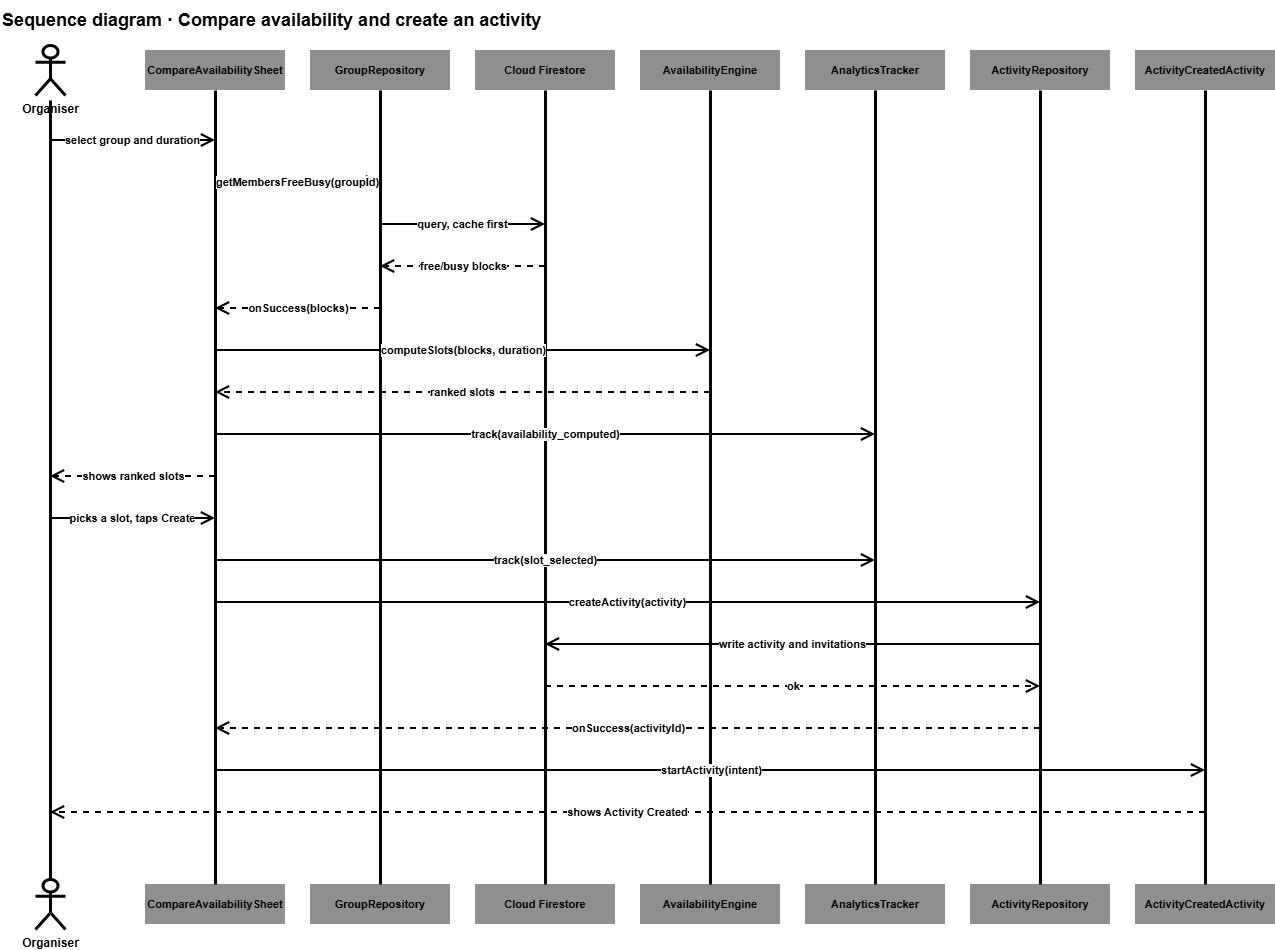
Earlier version of the draw.io export img/Sequence.png (CONSTR-APLICACIONES-MOVILES/Sprint-2-Java). Source tidied: cells renumbered, new cells last; positions are measured from the earlier drawing's top-left corner, leaving out a move shared by most shapes.
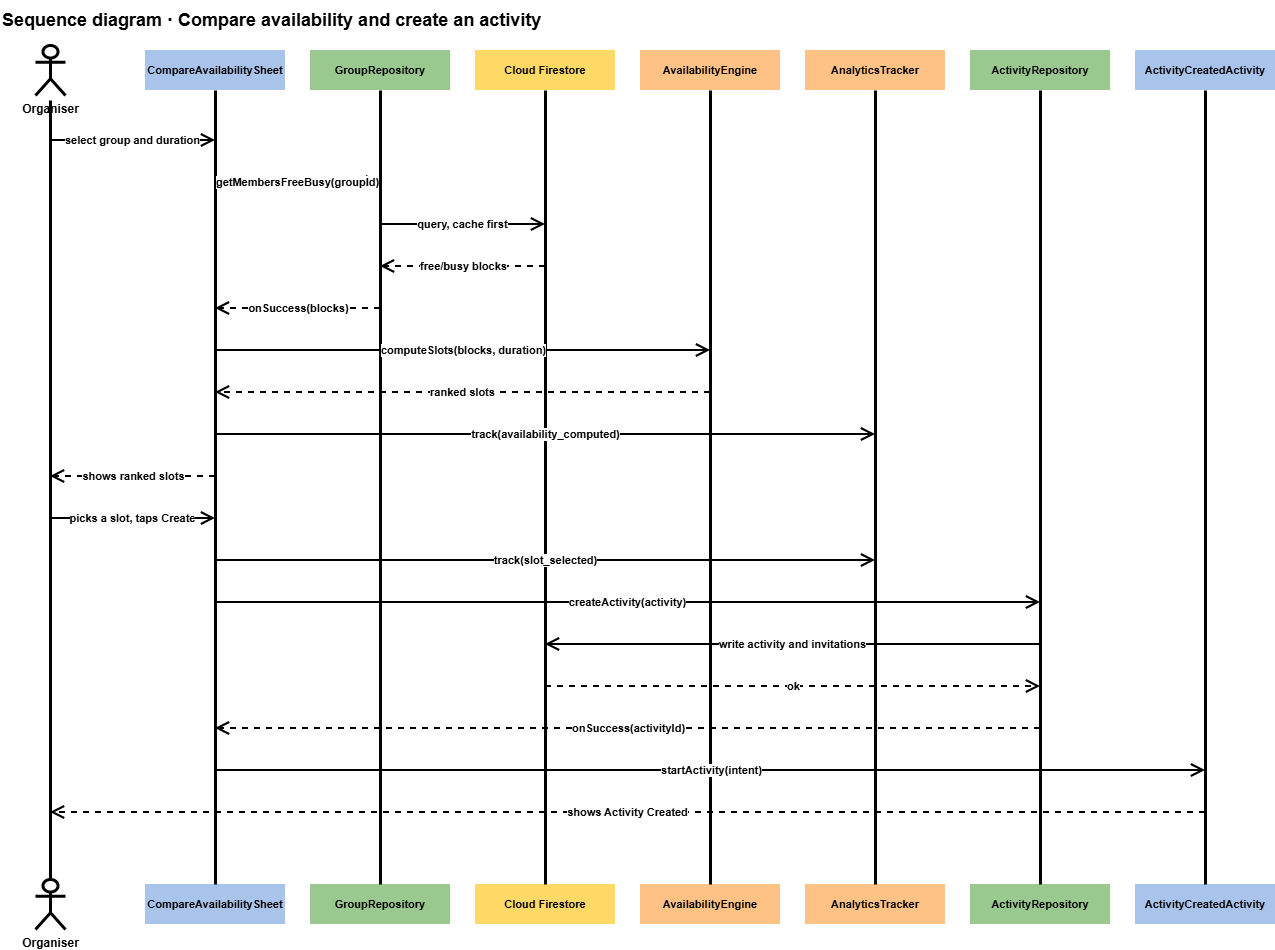
After the commit.

What changed in the source:
```diff
@@ -17,10 +17,10 @@
         <mxPoint x="50" y="879" as="targetPoint" />
       </mxGeometry>
     </mxCell>
-    <mxCell id="6" value="CompareAvailabilitySheet" style="rounded=0;whiteSpace=wrap;html=1;fillColor=#8F8F8F;strokeColor=none;fontStyle=1;fontSize=11;" parent="1" vertex="1">
+    <mxCell id="6" value="CompareAvailabilitySheet" style="rounded=0;whiteSpace=wrap;html=1;fillColor=#A9C4EB;strokeColor=none;fontStyle=1;fontSize=11;" parent="1" vertex="1">
       <mxGeometry x="145" y="50" width="140" height="40" as="geometry" />
     </mxCell>
-    <mxCell id="7" value="CompareAvailabilitySheet" style="rounded=0;whiteSpace=wrap;html=1;fillColor=#8F8F8F;strokeColor=none;fontStyle=1;fontSize=11;" parent="1" vertex="1">
+    <mxCell id="7" value="CompareAvailabilitySheet" style="rounded=0;whiteSpace=wrap;html=1;fillColor=#A9C4EB;strokeColor=none;fontStyle=1;fontSize=11;" parent="1" vertex="1">
       <mxGeometry x="145" y="884" width="140" height="40" as="geometry" />
     </mxCell>
     <mxCell id="8" style="html=1;endArrow=none;strokeWidth=3;strokeColor=#000000;" parent="1" edge="1">
@@ -29,10 +29,10 @@
         <mxPoint x="215" y="884" as="targetPoint" />
       </mxGeometry>
     </mxCell>
-    <mxCell id="9" value="GroupRepository" style="rounded=0;whiteSpace=wrap;html=1;fillColor=#8F8F8F;strokeColor=none;fontStyle=1;fontSize=11;" parent="1" vertex="1">
+    <mxCell id="9" value="GroupRepository" style="rounded=0;whiteSpace=wrap;html=1;fillColor=#9AC98F;strokeColor=none;fontStyle=1;fontSize=11;" parent="1" vertex="1">
       <mxGeometry x="310" y="50" width="140" height="40" as="geometry" />
     </mxCell>
-    <mxCell id="10" value="GroupRepository" style="rounded=0;whiteSpace=wrap;html=1;fillColor=#8F8F8F;strokeColor=none;fontStyle=1;fontSize=11;" parent="1" vertex="1">
+    <mxCell id="10" value="GroupRepository" style="rounded=0;whiteSpace=wrap;html=1;fillColor=#9AC98F;strokeColor=none;fontStyle=1;fontSize=11;" parent="1" vertex="1">
       <mxGeometry x="310" y="884" width="140" height="40" as="geometry" />
     </mxCell>
     <mxCell id="11" style="html=1;endArrow=none;strokeWidth=3;strokeColor=#000000;" parent="1" edge="1">
@@ -41,10 +41,10 @@
         <mxPoint x="380" y="884" as="targetPoint" />
       </mxGeometry>
     </mxCell>
-    <mxCell id="12" value="Cloud Firestore" style="rounded=0;whiteSpace=wrap;html=1;fillColor=#8F8F8F;strokeColor=none;fontStyle=1;fontSize=11;" parent="1" vertex="1">
+    <mxCell id="12" value="Cloud Firestore" style="rounded=0;whiteSpace=wrap;html=1;fillColor=#FFD966;strokeColor=none;fontStyle=1;fontSize=11;" parent="1" vertex="1">
       <mxGeometry x="475" y="50" width="140" height="40" as="geometry" />
     </mxCell>
-    <mxCell id="13" value="Cloud Firestore" style="rounded=0;whiteSpace=wrap;html=1;fillColor=#8F8F8F;strokeColor=none;fontStyle=1;fontSize=11;" parent="1" vertex="1">
+    <mxCell id="13" value="Cloud Firestore" style="rounded=0;whiteSpace=wrap;html=1;fillColor=#FFD966;strokeColor=none;fontStyle=1;fontSize=11;" parent="1" vertex="1">
       <mxGeometry x="475" y="884" width="140" height="40" as="geometry" />
     </mxCell>
     <mxCell id="14" style="html=1;endArrow=none;strokeWidth=3;strokeColor=#000000;" parent="1" edge="1">
@@ -53,10 +53,10 @@
         <mxPoint x="545" y="884" as="targetPoint" />
       </mxGeometry>
     </mxCell>
-    <mxCell id="15" value="AvailabilityEngine" style="rounded=0;whiteSpace=wrap;html=1;fillColor=#8F8F8F;strokeColor=none;fontStyle=1;fontSize=11;" parent="1" vertex="1">
+    <mxCell id="15" value="AvailabilityEngine" style="rounded=0;whiteSpace=wrap;html=1;fillColor=#FFC285;strokeColor=none;fontStyle=1;fontSize=11;" parent="1" vertex="1">
       <mxGeometry x="640" y="50" width="140" height="40" as="geometry" />
     </mxCell>
-    <mxCell id="16" value="AvailabilityEngine" style="rounded=0;whiteSpace=wrap;html=1;fillColor=#8F8F8F;strokeColor=none;fontStyle=1;fontSize=11;" parent="1" vertex="1">
+    <mxCell id="16" value="AvailabilityEngine" style="rounded=0;whiteSpace=wrap;html=1;fillColor=#FFC285;strokeColor=none;fontStyle=1;fontSize=11;" parent="1" vertex="1">
       <mxGeometry x="640" y="884" width="140" height="40" as="geometry" />
     </mxCell>
     <mxCell id="17" style="html=1;endArrow=none;strokeWidth=3;strokeColor=#000000;" parent="1" edge="1">
@@ -65,10 +65,10 @@
         <mxPoint x="710" y="884" as="targetPoint" />
       </mxGeometry>
     </mxCell>
-    <mxCell id="18" value="AnalyticsTracker" style="rounded=0;whiteSpace=wrap;html=1;fillColor=#8F8F8F;strokeColor=none;fontStyle=1;fontSize=11;" parent="1" vertex="1">
+    <mxCell id="18" value="AnalyticsTracker" style="rounded=0;whiteSpace=wrap;html=1;fillColor=#FFC285;strokeColor=none;fontStyle=1;fontSize=11;" parent="1" vertex="1">
       <mxGeometry x="805" y="50" width="140" height="40" as="geometry" />
     </mxCell>
-    <mxCell id="19" value="AnalyticsTracker" style="rounded=0;whiteSpace=wrap;html=1;fillColor=#8F8F8F;strokeColor=none;fontStyle=1;fontSize=11;" parent="1" vertex="1">
+    <mxCell id="19" value="AnalyticsTracker" style="rounded=0;whiteSpace=wrap;html=1;fillColor=#FFC285;strokeColor=none;fontStyle=1;fontSize=11;" parent="1" vertex="1">
       <mxGeometry x="805" y="884" width="140" height="40" as="geometry" />
     </mxCell>
     <mxCell id="20" style="html=1;endArrow=none;strokeWidth=3;strokeColor=#000000;" parent="1" edge="1">
@@ -77,10 +77,10 @@
         <mxPoint x="875" y="884" as="targetPoint" />
       </mxGeometry>
     </mxCell>
-    <mxCell id="21" value="ActivityRepository" style="rounded=0;whiteSpace=wrap;html=1;fillColor=#8F8F8F;strokeColor=none;fontStyle=1;fontSize=11;" parent="1" vertex="1">
+    <mxCell id="21" value="ActivityRepository" style="rounded=0;whiteSpace=wrap;html=1;fillColor=#9AC98F;strokeColor=none;fontStyle=1;fontSize=11;" parent="1" vertex="1">
       <mxGeometry x="970" y="50" width="140" height="40" as="geometry" />
     </mxCell>
-    <mxCell id="22" value="ActivityRepository" style="rounded=0;whiteSpace=wrap;html=1;fillColor=#8F8F8F;strokeColor=none;fontStyle=1;fontSize=11;" parent="1" vertex="1">
+    <mxCell id="22" value="ActivityRepository" style="rounded=0;whiteSpace=wrap;html=1;fillColor=#9AC98F;strokeColor=none;fontStyle=1;fontSize=11;" parent="1" vertex="1">
       <mxGeometry x="970" y="884" width="140" height="40" as="geometry" />
     </mxCell>
     <mxCell id="23" style="html=1;endArrow=none;strokeWidth=3;strokeColor=#000000;" parent="1" edge="1">
@@ -89,10 +89,10 @@
         <mxPoint x="1040" y="884" as="targetPoint" />
       </mxGeometry>
     </mxCell>
-    <mxCell id="24" value="ActivityCreatedActivity" style="rounded=0;whiteSpace=wrap;html=1;fillColor=#8F8F8F;strokeColor=none;fontStyle=1;fontSize=11;" parent="1" vertex="1">
+    <mxCell id="24" value="ActivityCreatedActivity" style="rounded=0;whiteSpace=wrap;html=1;fillColor=#A9C4EB;strokeColor=none;fontStyle=1;fontSize=11;" parent="1" vertex="1">
       <mxGeometry x="1135" y="50" width="140" height="40" as="geometry" />
     </mxCell>
-    <mxCell id="25" value="ActivityCreatedActivity" style="rounded=0;whiteSpace=wrap;html=1;fillColor=#8F8F8F;strokeColor=none;fontStyle=1;fontSize=11;" parent="1" vertex="1">
+    <mxCell id="25" value="ActivityCreatedActivity" style="rounded=0;whiteSpace=wrap;html=1;fillColor=#A9C4EB;strokeColor=none;fontStyle=1;fontSize=11;" parent="1" vertex="1">
       <mxGeometry x="1135" y="884" width="140" height="40" as="geometry" />
     </mxCell>
     <mxCell id="26" style="html=1;endArrow=none;strokeWidth=3;strokeColor=#000000;" parent="1" edge="1">
```
